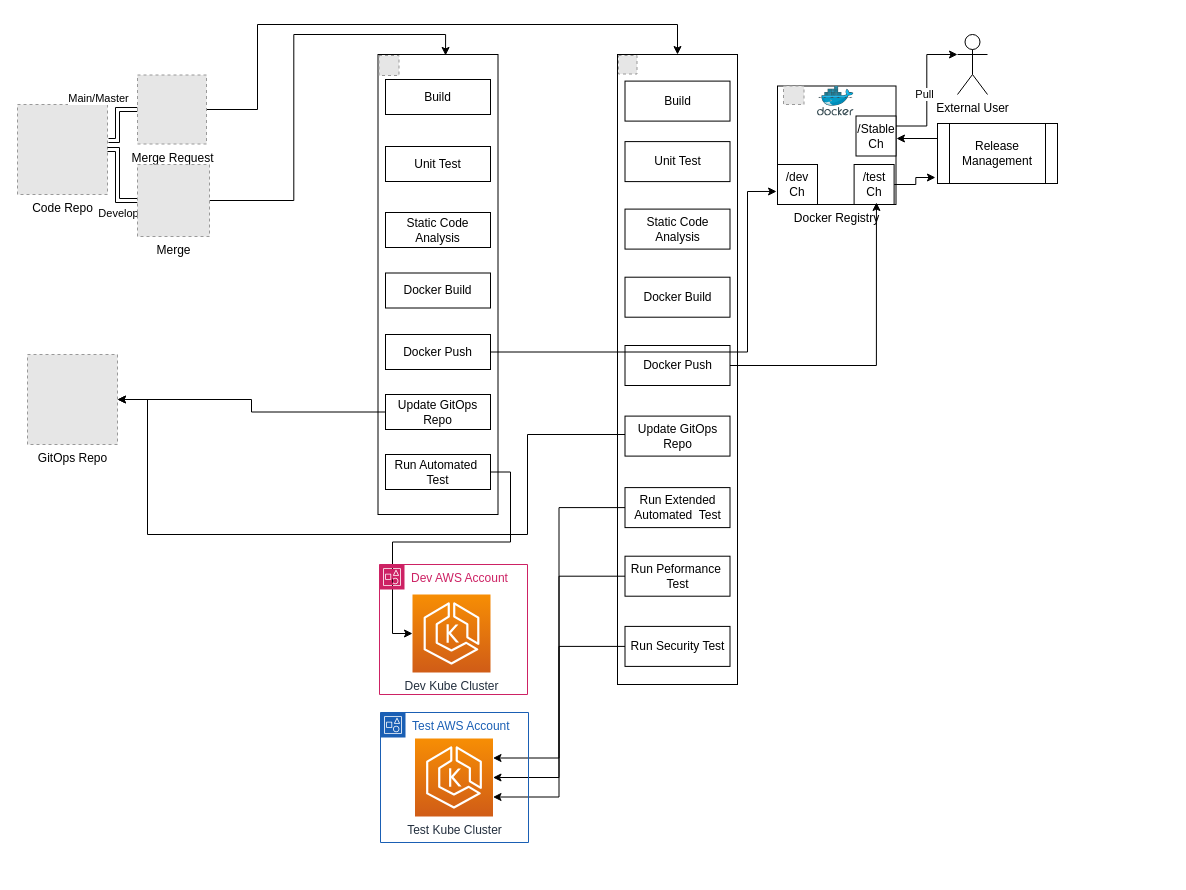
Before: CICD Extended.drawio in RajithRajan/drawing, a draw.io diagram. Source tidied: cells renumbered, new cells numbered last; positions are measured from the earlier drawing's top-left corner, leaving out a move shared by most shapes. Both pictures are drawn from the tidied source at 100%, with x=0, y=0 at pixel (17, 24). Pictures stored in the file or linked from it are replaced by grey dashed boxes.
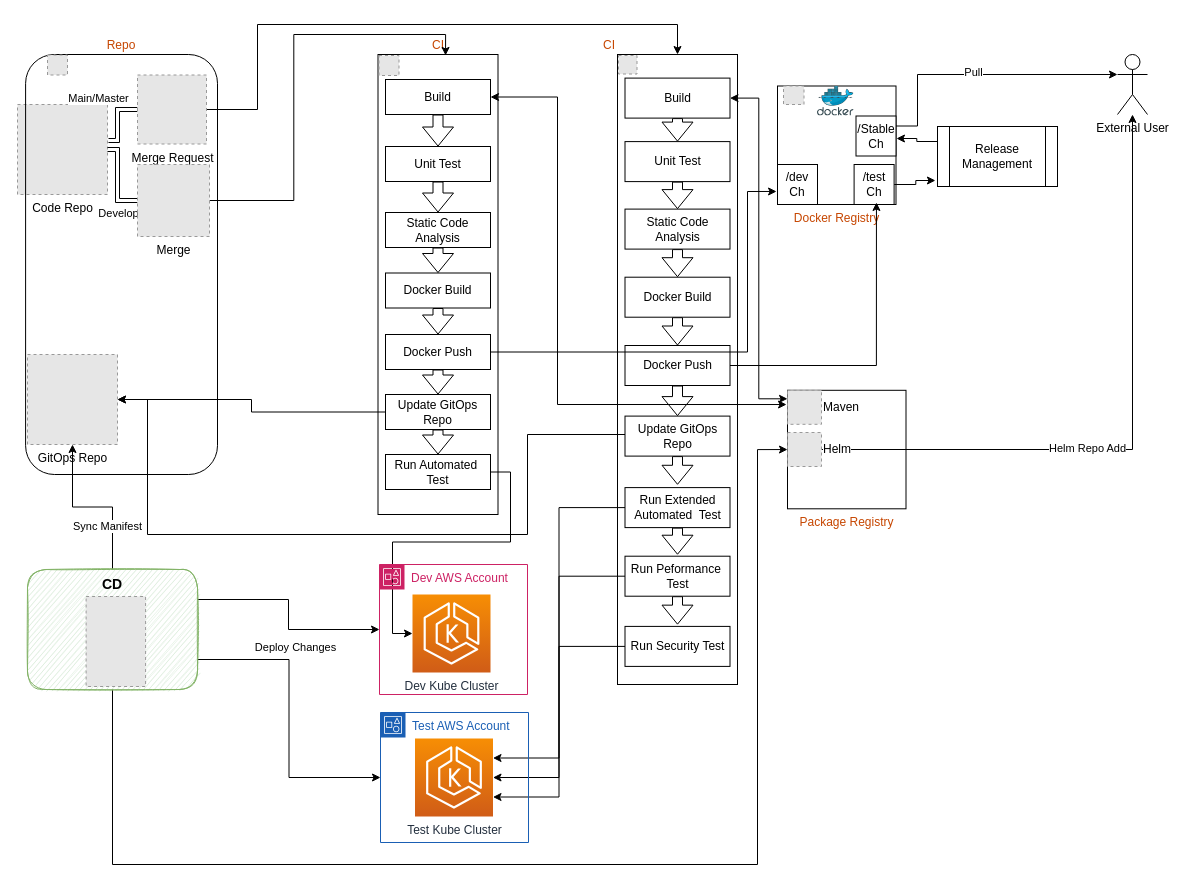
The same diagram, later.

The change refers to these unchanged cells:
```xml
<mxCell id="6" value="Build" style="rounded=0;whiteSpace=wrap;html=1;" parent="4" vertex="1">
  <mxGeometry x="7.5" y="25" width="105" height="35" as="geometry" />
</mxCell>
<mxCell id="7" value="Unit Test" style="rounded=0;whiteSpace=wrap;html=1;" parent="4" vertex="1">
  <mxGeometry x="7.5" y="92" width="105" height="35" as="geometry" />
</mxCell>
<mxCell id="8" value="Static Code Analysis" style="rounded=0;whiteSpace=wrap;html=1;" parent="4" vertex="1">
  <mxGeometry x="7.5" y="158" width="105" height="35" as="geometry" />
</mxCell>
<mxCell id="9" value="Docker Build" style="rounded=0;whiteSpace=wrap;html=1;" parent="4" vertex="1">
  <mxGeometry x="7.5" y="218.5" width="105" height="35" as="geometry" />
</mxCell>
<mxCell id="10" value="Docker Push" style="rounded=0;whiteSpace=wrap;html=1;" parent="4" vertex="1">
  <mxGeometry x="7.5" y="280" width="105" height="35" as="geometry" />
</mxCell>
<mxCell id="11" value="Update GitOps Repo" style="rounded=0;whiteSpace=wrap;html=1;" parent="4" vertex="1">
  <mxGeometry x="7.5" y="340" width="105" height="35" as="geometry" />
</mxCell>
<mxCell id="12" value="Run Automated&amp;nbsp; Test" style="rounded=0;whiteSpace=wrap;html=1;" parent="4" vertex="1">
  <mxGeometry x="7.5" y="400" width="105" height="35" as="geometry" />
</mxCell>
<mxCell id="17" value="Unit Test" style="rounded=0;whiteSpace=wrap;html=1;" parent="14" vertex="1">
  <mxGeometry x="7.5" y="87.1" width="105" height="40" as="geometry" />
</mxCell>
<mxCell id="18" value="Static Code Analysis" style="rounded=0;whiteSpace=wrap;html=1;" parent="14" vertex="1">
  <mxGeometry x="7.5" y="154.6" width="105" height="40" as="geometry" />
</mxCell>
<mxCell id="19" value="Docker Build" style="rounded=0;whiteSpace=wrap;html=1;" parent="14" vertex="1">
  <mxGeometry x="7.5" y="222.7" width="105" height="40" as="geometry" />
</mxCell>
<mxCell id="20" value="Docker Push" style="rounded=0;whiteSpace=wrap;html=1;" parent="14" vertex="1">
  <mxGeometry x="7.5" y="291" width="105" height="40" as="geometry" />
</mxCell>
<mxCell id="21" value="Update GitOps Repo" style="rounded=0;whiteSpace=wrap;html=1;" parent="14" vertex="1">
  <mxGeometry x="7.5" y="361.6" width="105" height="40" as="geometry" />
</mxCell>
<mxCell id="22" value="Run Extended Automated&amp;nbsp; Test" style="rounded=0;whiteSpace=wrap;html=1;" parent="14" vertex="1">
  <mxGeometry x="7.5" y="433.1" width="105" height="40" as="geometry" />
</mxCell>
<mxCell id="23" value="Run Peformance&amp;nbsp; Test" style="rounded=0;whiteSpace=wrap;html=1;" parent="14" vertex="1">
  <mxGeometry x="7.5" y="501.7" width="105" height="40" as="geometry" />
</mxCell>
<mxCell id="36" value="GitOps Repo" style="fillColor=#E6E6E6;strokeColor=#999999;dashed=1;html=1;verticalAlign=top;verticalLabelPosition=bottom;labelBackgroundColor=#ffffff;" parent="1" vertex="1">
  <mxGeometry x="10" y="330" width="90" height="90" as="geometry" />
</mxCell>
<mxCell id="50" value="/Stable&lt;br&gt;Ch" style="whiteSpace=wrap;html=1;" parent="1" vertex="1">
  <mxGeometry x="838.5" y="91.5" width="40" height="40" as="geometry" />
</mxCell>
<mxCell id="56" value="&lt;div&gt;Dev AWS Account&lt;/div&gt;" style="points=[[0,0],[0.25,0],[0.5,0],[0.75,0],[1,0],[1,0.25],[1,0.5],[1,0.75],[1,1],[0.75,1],[0.5,1],[0.25,1],[0,1],[0,0.75],[0,0.5],[0,0.25]];outlineConnect=0;gradientColor=none;html=1;whiteSpace=wrap;fontSize=12;fontStyle=0;shape=mxgraph.aws4.group;grIcon=mxgraph.aws4.group_account;strokeColor=#CD2264;fillColor=none;verticalAlign=top;align=left;spacingLeft=30;fontColor=#CD2264;dashed=0;" parent="1" vertex="1">
  <mxGeometry x="362" y="540" width="148" height="130" as="geometry" />
</mxCell>
<mxCell id="57" value="&lt;div&gt;Test AWS Account&lt;/div&gt;" style="points=[[0,0],[0.25,0],[0.5,0],[0.75,0],[1,0],[1,0.25],[1,0.5],[1,0.75],[1,1],[0.75,1],[0.5,1],[0.25,1],[0,1],[0,0.75],[0,0.5],[0,0.25]];outlineConnect=0;gradientColor=none;html=1;whiteSpace=wrap;fontSize=12;fontStyle=0;shape=mxgraph.aws4.group;grIcon=mxgraph.aws4.group_account;strokeColor=#1a5fb4;fillColor=none;verticalAlign=top;align=left;spacingLeft=30;fontColor=#1a5fb4;dashed=0;" parent="1" vertex="1">
  <mxGeometry x="363" y="688" width="148" height="130" as="geometry" />
</mxCell>
```

What changed in the source:
```diff
@@
-    <mxCell id="2" value="Docker Registry" style="whiteSpace=wrap;html=1;fillColor=none;horizontal=1;align=center;labelPosition=center;verticalLabelPosition=bottom;verticalAlign=top;" parent="1" vertex="1">
+    <mxCell id="2" value="Docker Registry" style="whiteSpace=wrap;html=1;fillColor=none;horizontal=1;align=center;labelPosition=center;verticalLabelPosition=bottom;verticalAlign=top;fontColor=#c64600;" parent="1" vertex="1">
       <mxGeometry x="760" y="61.5" width="118.5" height="118.5" as="geometry" />
     </mxCell>
@@
-    <mxCell id="4" style="group;" parent="1" vertex="1">
+    <mxCell id="4" style="group;labelPosition=center;verticalLabelPosition=top;align=center;verticalAlign=bottom;" parent="1" vertex="1">
       <mxGeometry x="360.5" y="30" width="120" height="460" as="geometry" />
     </mxCell>
-    <mxCell id="5" style="rounded=0;whiteSpace=wrap;html=1;" parent="4" vertex="1">
+    <mxCell id="5" value="&lt;font color=&quot;#c64600&quot;&gt;CI&lt;/font&gt;" style="rounded=0;whiteSpace=wrap;html=1;labelPosition=center;verticalLabelPosition=top;align=center;verticalAlign=bottom;" parent="4" vertex="1">
       <mxGeometry width="120" height="460" as="geometry" />
     </mxCell>
+    <mxCell id="58" style="edgeStyle=orthogonalEdgeStyle;shape=flexArrow;rounded=0;jettySize=auto;html=1;exitX=0.5;exitY=1;exitDx=0;exitDy=0;entryX=0.5;entryY=0;entryDx=0;entryDy=0;" parent="4" edge="1" source="6" target="7">
+      <mxGeometry relative="1" as="geometry" />
+    </mxCell>
@@
+    <mxCell id="59" style="edgeStyle=orthogonalEdgeStyle;shape=flexArrow;rounded=0;jettySize=auto;html=1;exitX=0.5;exitY=1;exitDx=0;exitDy=0;entryX=0.5;entryY=0;entryDx=0;entryDy=0;" parent="4" edge="1" source="7" target="8">
+      <mxGeometry relative="1" as="geometry" />
+    </mxCell>
@@
+    <mxCell id="60" style="edgeStyle=orthogonalEdgeStyle;shape=flexArrow;rounded=0;jettySize=auto;html=1;exitX=0.5;exitY=1;exitDx=0;exitDy=0;entryX=0.5;entryY=0;entryDx=0;entryDy=0;" parent="4" edge="1" source="8" target="9">
+      <mxGeometry relative="1" as="geometry" />
+    </mxCell>
@@
+    <mxCell id="61" style="edgeStyle=orthogonalEdgeStyle;shape=flexArrow;rounded=0;jettySize=auto;html=1;exitX=0.5;exitY=1;exitDx=0;exitDy=0;entryX=0.5;entryY=0;entryDx=0;entryDy=0;" parent="4" edge="1" source="9" target="10">
+      <mxGeometry relative="1" as="geometry" />
+    </mxCell>
@@
+    <mxCell id="62" style="edgeStyle=orthogonalEdgeStyle;shape=flexArrow;rounded=0;jettySize=auto;html=1;exitX=0.5;exitY=1;exitDx=0;exitDy=0;entryX=0.5;entryY=0;entryDx=0;entryDy=0;" parent="4" edge="1" source="10" target="11">
+      <mxGeometry relative="1" as="geometry" />
+    </mxCell>
@@
+    <mxCell id="63" style="edgeStyle=orthogonalEdgeStyle;shape=flexArrow;rounded=0;jettySize=auto;html=1;exitX=0.5;exitY=1;exitDx=0;exitDy=0;entryX=0.5;entryY=0;entryDx=0;entryDy=0;" parent="4" edge="1" source="11" target="12">
+      <mxGeometry relative="1" as="geometry" />
+    </mxCell>
@@
-    <mxCell id="14" style="group;" parent="1" vertex="1">
+    <mxCell id="14" style="group;textDirection=ltr;labelPosition=left;verticalLabelPosition=top;align=right;verticalAlign=bottom;" parent="1" vertex="1">
       <mxGeometry x="600" y="30" width="120" height="790" as="geometry" />
     </mxCell>
-    <mxCell id="15" style="rounded=0;whiteSpace=wrap;html=1;" parent="14" vertex="1">
+    <mxCell id="15" value="CI" style="rounded=0;whiteSpace=wrap;html=1;labelPosition=left;verticalLabelPosition=top;align=right;verticalAlign=bottom;fontColor=#c64600;" parent="14" vertex="1">
       <mxGeometry width="120" height="630" as="geometry" />
     </mxCell>
+    <mxCell id="64" style="edgeStyle=orthogonalEdgeStyle;shape=flexArrow;rounded=0;jettySize=auto;html=1;exitX=0.5;exitY=1;exitDx=0;exitDy=0;entryX=0.5;entryY=0;entryDx=0;entryDy=0;" parent="14" edge="1" source="16" target="17">
+      <mxGeometry relative="1" as="geometry" />
+    </mxCell>
     <mxCell id="16" value="Build" style="rounded=0;whiteSpace=wrap;html=1;" parent="14" vertex="1">
-      <mxGeometry x="7.5" y="26.6" width="105" height="40" as="geometry" />
+      <mxGeometry x="7.5" y="23.6" width="105" height="40" as="geometry" />
     </mxCell>
+    <mxCell id="65" style="edgeStyle=orthogonalEdgeStyle;shape=flexArrow;rounded=0;jettySize=auto;html=1;exitX=0.5;exitY=1;exitDx=0;exitDy=0;entryX=0.5;entryY=0;entryDx=0;entryDy=0;" parent="14" edge="1" source="17" target="18">
+      <mxGeometry relative="1" as="geometry" />
+    </mxCell>
@@
+    <mxCell id="66" style="edgeStyle=orthogonalEdgeStyle;shape=flexArrow;rounded=0;jettySize=auto;html=1;exitX=0.5;exitY=1;exitDx=0;exitDy=0;entryX=0.5;entryY=0;entryDx=0;entryDy=0;" parent="14" edge="1" source="18" target="19">
+      <mxGeometry relative="1" as="geometry" />
+    </mxCell>
@@
+    <mxCell id="67" style="edgeStyle=orthogonalEdgeStyle;shape=flexArrow;rounded=0;jettySize=auto;html=1;exitX=0.5;exitY=1;exitDx=0;exitDy=0;entryX=0.5;entryY=0;entryDx=0;entryDy=0;" parent="14" edge="1" source="19" target="20">
+      <mxGeometry relative="1" as="geometry" />
+    </mxCell>
@@
+    <mxCell id="68" style="edgeStyle=orthogonalEdgeStyle;shape=flexArrow;rounded=0;jettySize=auto;html=1;exitX=0.5;exitY=1;exitDx=0;exitDy=0;entryX=0.5;entryY=0;entryDx=0;entryDy=0;" parent="14" edge="1" source="20" target="21">
+      <mxGeometry relative="1" as="geometry" />
+    </mxCell>
@@
+    <mxCell id="69" style="edgeStyle=orthogonalEdgeStyle;shape=flexArrow;rounded=0;jettySize=auto;html=1;exitX=0.5;exitY=1;exitDx=0;exitDy=0;entryX=0.5;entryY=0.683;entryDx=0;entryDy=0;entryPerimeter=0;" parent="14" edge="1" source="21" target="15">
+      <mxGeometry relative="1" as="geometry" />
+    </mxCell>
@@
+    <mxCell id="70" style="edgeStyle=orthogonalEdgeStyle;shape=flexArrow;rounded=0;jettySize=auto;html=1;exitX=0.5;exitY=1;exitDx=0;exitDy=0;entryX=0.5;entryY=0.794;entryDx=0;entryDy=0;entryPerimeter=0;" parent="14" edge="1" source="22" target="15">
+      <mxGeometry relative="1" as="geometry" />
+    </mxCell>
@@
+    <mxCell id="71" style="edgeStyle=orthogonalEdgeStyle;shape=flexArrow;rounded=0;jettySize=auto;html=1;exitX=0.5;exitY=1;exitDx=0;exitDy=0;entryX=0.5;entryY=0.905;entryDx=0;entryDy=0;entryPerimeter=0;" parent="14" edge="1" source="23" target="15">
+      <mxGeometry relative="1" as="geometry" />
+    </mxCell>
@@
     <mxCell id="48" style="edgeStyle=orthogonalEdgeStyle;rounded=0;jettySize=auto;html=1;exitX=1;exitY=0.25;exitDx=0;exitDy=0;entryX=0;entryY=0.3333333333333333;entryDx=0;entryDy=0;entryPerimeter=0;" parent="1" edge="1" source="50" target="55">
-      <mxGeometry relative="1" as="geometry" />
+      <mxGeometry relative="1" as="geometry">
+        <Array as="points">
+          <mxPoint x="900" y="102" />
+          <mxPoint x="900" y="50" />
+        </Array>
+      </mxGeometry>
     </mxCell>
@@
     <mxCell id="54" value="Release Management" style="shape=process;whiteSpace=wrap;html=1;backgroundOutline=1;" parent="1" vertex="1">
-      <mxGeometry x="920" y="99" width="120" height="60" as="geometry" />
+      <mxGeometry x="920" y="102" width="120" height="60" as="geometry" />
     </mxCell>
     <mxCell id="55" value="External User" style="shape=umlActor;verticalLabelPosition=bottom;verticalAlign=top;html=1;outlineConnect=0;" parent="1" vertex="1">
-      <mxGeometry x="940" y="10" width="30" height="60" as="geometry" />
+      <mxGeometry x="1100" y="30" width="30" height="60" as="geometry" />
     </mxCell>
@@
+    <mxCell id="72" style="edgeStyle=orthogonalEdgeStyle;rounded=0;jettySize=auto;html=1;entryX=0.5;entryY=1;entryDx=0;entryDy=0;" parent="1" edge="1" source="78" target="36">
+      <mxGeometry relative="1" as="geometry" />
+    </mxCell>
+    <mxCell id="73" value="Sync Manifest" style="edgeLabel;html=1;align=center;verticalAlign=middle;" parent="72" vertex="1">
+      <mxGeometry x="-0.47" relative="1" as="geometry">
+        <mxPoint x="-6" as="offset" />
+      </mxGeometry>
+    </mxCell>
+    <mxCell id="74" style="edgeStyle=orthogonalEdgeStyle;rounded=0;jettySize=auto;html=1;exitX=1;exitY=0.25;exitDx=0;exitDy=0;" parent="1" edge="1" source="78" target="56">
+      <mxGeometry relative="1" as="geometry" />
+    </mxCell>
+    <mxCell id="75" value="Deploy Changes" style="edgeLabel;html=1;align=center;verticalAlign=middle;" parent="74" vertex="1">
+      <mxGeometry x="0.2" y="4" relative="1" as="geometry">
+        <mxPoint y="21" as="offset" />
+      </mxGeometry>
+    </mxCell>
+    <mxCell id="76" style="edgeStyle=orthogonalEdgeStyle;rounded=0;jettySize=auto;html=1;exitX=1;exitY=0.75;exitDx=0;exitDy=0;entryX=0;entryY=0.5;entryDx=0;entryDy=0;" parent="1" edge="1" source="78" target="57">
+      <mxGeometry relative="1" as="geometry" />
+    </mxCell>
+    <mxCell id="77" style="edgeStyle=orthogonalEdgeStyle;rounded=0;jettySize=auto;html=1;exitX=0.5;exitY=1;exitDx=0;exitDy=0;entryX=0;entryY=0.5;entryDx=0;entryDy=0;" parent="1" edge="1" source="78" target="82">
+      <mxGeometry relative="1" as="geometry">
+        <Array as="points">
+          <mxPoint x="95" y="840" />
+          <mxPoint x="740" y="840" />
+          <mxPoint x="740" y="425" />
+        </Array>
+      </mxGeometry>
+    </mxCell>
+    <mxCell id="78" value="&lt;div style=&quot;&quot;&gt;&lt;span style=&quot;font-size: 14px;&quot;&gt;&lt;b&gt;CD&lt;/b&gt;&lt;/span&gt;&lt;/div&gt;" style="rounded=1;whiteSpace=wrap;html=1;fillColor=#d5e8d4;strokeColor=#82b366;sketch=1;align=center;verticalAlign=top;" parent="1" vertex="1">
+      <mxGeometry x="10" y="545" width="170" height="120" as="geometry" />
+    </mxCell>
+    <mxCell id="79" style="fillColor=#E6E6E6;strokeColor=#999999;dashed=1;verticalLabelPosition=bottom;verticalAlign=top;" parent="1" vertex="1">
+      <mxGeometry x="68.6" y="572" width="59.5" height="90" as="geometry" />
+    </mxCell>
+    <mxCell id="80" value="&lt;font color=&quot;#c64600&quot;&gt;Repo&lt;/font&gt;" style="rounded=1;whiteSpace=wrap;html=1;fillColor=none;labelPosition=center;verticalLabelPosition=top;align=center;verticalAlign=bottom;" parent="1" vertex="1">
+      <mxGeometry x="8.1" y="30" width="191.9" height="420" as="geometry" />
+    </mxCell>
+    <mxCell id="81" style="fillColor=#E6E6E6;strokeColor=#999999;dashed=1;html=1;verticalAlign=top;verticalLabelPosition=bottom;labelBackgroundColor=#ffffff;" parent="1" vertex="1">
+      <mxGeometry x="30" y="30.5" width="20" height="20" as="geometry" />
+    </mxCell>
+    <mxCell id="82" value="Package Registry" style="whiteSpace=wrap;html=1;fillColor=none;horizontal=1;align=center;labelPosition=center;verticalLabelPosition=bottom;verticalAlign=top;fontColor=#c64600;" parent="1" vertex="1">
+      <mxGeometry x="770" y="365.8" width="118.5" height="118.5" as="geometry" />
+    </mxCell>
+    <mxCell id="83" value="Maven" style="fillColor=#E6E6E6;strokeColor=#999999;dashed=1;html=1;verticalAlign=middle;verticalLabelPosition=middle;labelBackgroundColor=#ffffff;labelPosition=right;align=left;" parent="1" vertex="1">
+      <mxGeometry x="770" y="365.8" width="34" height="34" as="geometry" />
+    </mxCell>
+    <mxCell id="84" style="edgeStyle=orthogonalEdgeStyle;rounded=0;jettySize=auto;html=1;exitX=1;exitY=0.5;exitDx=0;exitDy=0;entryX=-0.008;entryY=0.12;entryDx=0;entryDy=0;entryPerimeter=0;startArrow=classic;startFill=1;" parent="1" edge="1" source="6" target="82">
+      <mxGeometry relative="1" as="geometry">
+        <Array as="points">
+          <mxPoint x="540" y="73" />
+          <mxPoint x="540" y="380" />
+        </Array>
+      </mxGeometry>
+    </mxCell>
+    <mxCell id="85" style="edgeStyle=orthogonalEdgeStyle;rounded=0;jettySize=auto;html=1;exitX=1;exitY=0.5;exitDx=0;exitDy=0;entryX=0;entryY=0.25;entryDx=0;entryDy=0;startArrow=classic;startFill=1;" parent="1" edge="1" source="16" target="83">
+      <mxGeometry relative="1" as="geometry" />
+    </mxCell>
+    <mxCell id="86" style="edgeStyle=orthogonalEdgeStyle;rounded=0;jettySize=auto;html=1;exitX=1;exitY=0.5;exitDx=0;exitDy=0;" parent="1" edge="1" source="88" target="55">
+      <mxGeometry relative="1" as="geometry" />
+    </mxCell>
+    <mxCell id="87" value="Helm Repo Add" style="edgeLabel;html=1;align=center;verticalAlign=middle;" parent="86" vertex="1">
+      <mxGeometry x="-0.18" y="2" relative="1" as="geometry" />
+    </mxCell>
+    <mxCell id="88" value="Helm" style="fillColor=#E6E6E6;strokeColor=#999999;dashed=1;html=1;verticalAlign=middle;verticalLabelPosition=middle;labelBackgroundColor=#ffffff;labelPosition=right;align=left;" parent="1" vertex="1">
+      <mxGeometry x="770" y="408" width="34" height="34" as="geometry" />
+    </mxCell>
```
